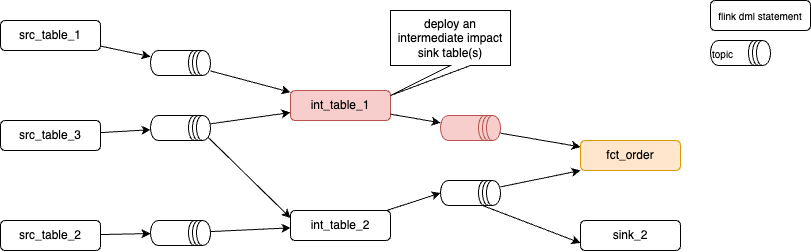
Before: docs/images/flink_pipeline_2.drawio.png, a diagram exported from draw.io (jbcodeforce/shift_left_utils). Source tidied: cells renumbered, new cells last; positions are measured from the earlier drawing's top-left corner, leaving out a move shared by most shapes.
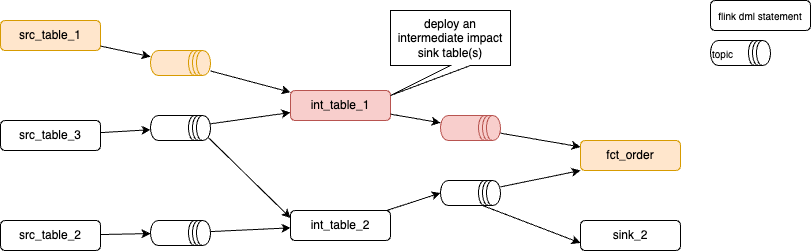
The same file after the commit.

Diff of the diagram source:
```diff
@@ -20,7 +20,7 @@
     <mxCell id="7" style="edgeStyle=none;html=1;" parent="1" edge="1" source="19" target="10">
       <mxGeometry relative="1" as="geometry" />
     </mxCell>
-    <mxCell id="8" value="src_table_1" style="rounded=1;whiteSpace=wrap;html=1;" parent="1" vertex="1">
+    <mxCell id="8" value="src_table_1" style="rounded=1;whiteSpace=wrap;html=1;fillColor=#ffe6cc;strokeColor=#d79b00;" parent="1" vertex="1">
       <mxGeometry y="20" width="100" height="30" as="geometry" />
     </mxCell>
     <mxCell id="9" style="edgeStyle=none;html=1;" parent="1" edge="1" source="25" target="14">
@@ -53,7 +53,7 @@
     <mxCell id="18" style="edgeStyle=none;html=1;" parent="1" edge="1" source="8" target="19">
       <mxGeometry relative="1" as="geometry" />
     </mxCell>
-    <mxCell id="19" style="shape=datastore;whiteSpace=wrap;html=1;direction=south;" parent="1" vertex="1">
+    <mxCell id="19" style="shape=datastore;whiteSpace=wrap;html=1;direction=south;fillColor=#ffe6cc;strokeColor=#d79b00;" parent="1" vertex="1">
       <mxGeometry x="150" y="50" width="60" height="25" as="geometry" />
     </mxCell>
     <mxCell id="20" style="edgeStyle=none;html=1;" parent="1" edge="1" source="6" target="21">
```
